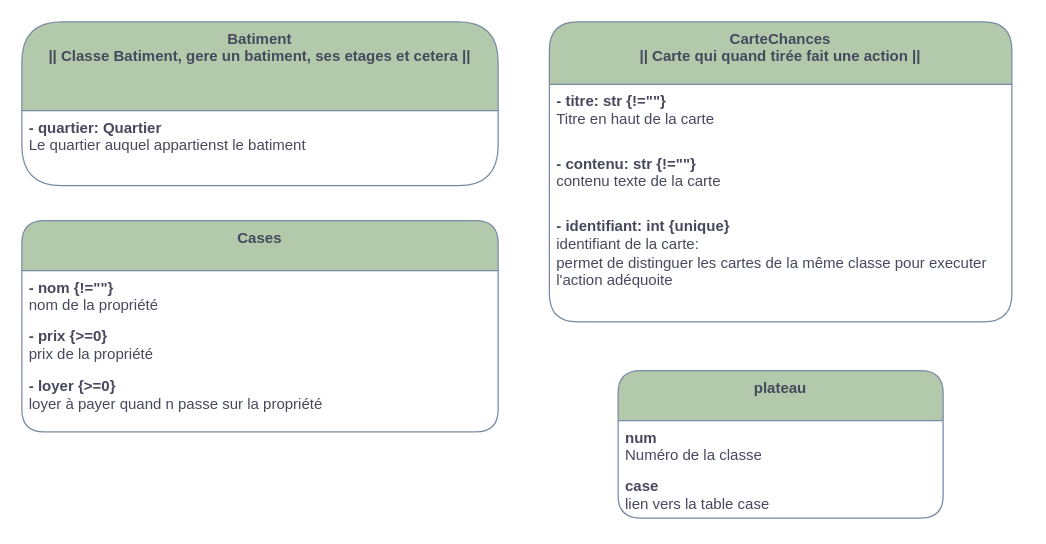
gazhonsepaskwa/builder keeps this draw.io diagram as page "Données a stocker dans la DB" (5 of 5) of B__Analyse/DiagrameDesClasses.drawio. Above is the earlier version. Source tidied: cells renumbered, new cells numbered last; positions are measured from the earlier drawing's top-left corner, leaving out a move shared by most shapes. Both pictures are drawn from the tidied source at 125%, with x=0, y=0 at pixel (21, 21).
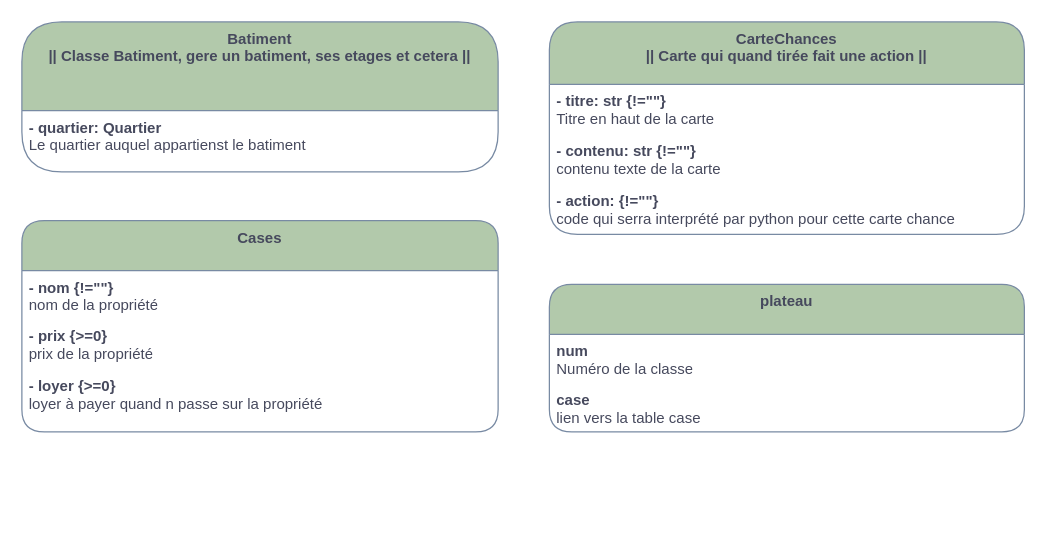
The same diagram, later.

Diff of the diagram source:
```diff
@@
 <mxGraphModel>
   <root>
     <mxCell id="0" />
     <mxCell id="1" parent="0" />
     <mxCell id="2" value="Batiment&lt;br&gt;|| Classe Batiment, gere un batiment, ses etages et cetera ||" style="swimlane;fontStyle=1;align=center;verticalAlign=top;horizontal=1;startSize=71;whiteSpace=wrap;html=1;labelBackgroundColor=none;fillColor=#B2C9AB;strokeColor=#788AA3;fontColor=#46495D;rounded=1;" parent="1" vertex="1">
-      <mxGeometry width="381" height="131" as="geometry" />
+      <mxGeometry width="381" height="120" as="geometry" />
     </mxCell>
     <mxCell id="3" value="&lt;b&gt;- quartier: Quartier&amp;nbsp;&lt;/b&gt;&lt;br&gt;Le quartier auquel appartienst le batiment&amp;nbsp;" style="text;strokeColor=none;fillColor=none;align=left;verticalAlign=top;spacingLeft=4;spacingRight=4;overflow=hidden;whiteSpace=wrap;html=1;labelBackgroundColor=none;fontColor=#46495D;rounded=1;" parent="2" vertex="1">
-      <mxGeometry y="71" width="381" height="60" as="geometry" />
+      <mxGeometry y="71" width="381" height="49" as="geometry" />
     </mxCell>
     <mxCell id="4" value="CarteChances&lt;br&gt;|| Carte qui quand tirée fait une action ||" style="swimlane;fontStyle=1;align=center;verticalAlign=top;horizontal=1;startSize=50;whiteSpace=wrap;html=1;labelBackgroundColor=none;fillColor=#B2C9AB;strokeColor=#788AA3;fontColor=#46495D;rounded=1;" parent="1" vertex="1">
-      <mxGeometry x="422" width="370" height="240" as="geometry" />
+      <mxGeometry x="422" width="380" height="170" as="geometry" />
     </mxCell>
     <mxCell id="5" value="&lt;b&gt;- titre: str {!=&quot;&quot;}&lt;/b&gt;&lt;br&gt;Titre en haut de la carte" style="text;strokeColor=none;fillColor=none;align=left;verticalAlign=top;spacingLeft=4;spacingRight=4;overflow=hidden;whiteSpace=wrap;html=1;labelBackgroundColor=none;fontColor=#46495D;rounded=1;" parent="4" vertex="1">
-      <mxGeometry y="50" width="370" height="50" as="geometry" />
+      <mxGeometry y="50" width="380" height="40" as="geometry" />
     </mxCell>
     <mxCell id="6" value="&lt;b&gt;- contenu: str {!=&quot;&quot;}&lt;/b&gt;&lt;br&gt;contenu texte de la carte" style="text;strokeColor=none;fillColor=none;align=left;verticalAlign=top;spacingLeft=4;spacingRight=4;overflow=hidden;whiteSpace=wrap;html=1;labelBackgroundColor=none;fontColor=#46495D;rounded=1;" parent="4" vertex="1">
-      <mxGeometry y="100" width="370" height="50" as="geometry" />
+      <mxGeometry y="90" width="380" height="40" as="geometry" />
     </mxCell>
-    <mxCell id="7" value="&lt;span&gt;- identifiant: int {unique}&lt;br&gt;&lt;div&gt;&lt;span style=&quot;font-weight: normal;&quot;&gt;identifiant de la carte:&amp;nbsp;&lt;/span&gt;&lt;/div&gt;&lt;div&gt;&lt;span style=&quot;font-weight: normal; background-color: initial;&quot;&gt;permet de distinguer les cartes de la même classe pour executer l'action adéquoite&lt;/span&gt;&lt;/div&gt;&lt;/span&gt;" style="text;strokeColor=none;fillColor=none;align=left;verticalAlign=top;spacingLeft=4;spacingRight=4;overflow=hidden;whiteSpace=wrap;html=1;labelBackgroundColor=none;fontColor=#46495D;rounded=1;fontStyle=1;" parent="4" vertex="1">
-      <mxGeometry y="150" width="370" height="90" as="geometry" />
+    <mxCell id="7" value="&lt;div&gt;&lt;span&gt;- action: &lt;/span&gt;&lt;b&gt;{!=&quot;&quot;}&lt;br&gt;&lt;/b&gt;&lt;/div&gt;&lt;div&gt;&lt;span style=&quot;font-weight: normal;&quot;&gt;code qui serra interprété par python pour cette carte chance&lt;/span&gt;&lt;br&gt;&lt;/div&gt;" style="text;strokeColor=none;fillColor=none;align=left;verticalAlign=top;spacingLeft=4;spacingRight=4;overflow=hidden;whiteSpace=wrap;html=1;labelBackgroundColor=none;fontColor=#46495D;rounded=1;fontStyle=1;" parent="4" vertex="1">
+      <mxGeometry y="130" width="380" height="40" as="geometry" />
     </mxCell>
     <mxCell id="8" value="Cases" style="swimlane;fontStyle=1;align=center;verticalAlign=top;horizontal=1;startSize=40;whiteSpace=wrap;html=1;labelBackgroundColor=none;fillColor=#B2C9AB;strokeColor=#788AA3;fontColor=#46495D;rounded=1;" parent="1" vertex="1">
       <mxGeometry y="159" width="381" height="169" as="geometry" />
     </mxCell>
     <mxCell id="9" value="&lt;div&gt;&lt;b&gt;- nom {!=&quot;&quot;}&lt;br&gt;&lt;/b&gt;&lt;/div&gt;&lt;div&gt;nom de la propriété&lt;br&gt;&lt;br&gt;&lt;/div&gt;" style="text;strokeColor=none;fillColor=none;align=left;verticalAlign=top;spacingLeft=4;spacingRight=4;overflow=hidden;whiteSpace=wrap;html=1;labelBackgroundColor=none;fontColor=#46495D;rounded=1;" parent="8" vertex="1">
       <mxGeometry y="40" width="381" height="39" as="geometry" />
     </mxCell>
     <mxCell id="10" value="&lt;div&gt;&lt;b&gt;- prix {&amp;gt;=0}&lt;br&gt;&lt;/b&gt;&lt;/div&gt;&lt;div&gt;prix de la propriété&lt;br&gt;&lt;br&gt;&lt;/div&gt;" style="text;strokeColor=none;fillColor=none;align=left;verticalAlign=top;spacingLeft=4;spacingRight=4;overflow=hidden;whiteSpace=wrap;html=1;labelBackgroundColor=none;fontColor=#46495D;rounded=1;" parent="8" vertex="1">
       <mxGeometry y="79" width="381" height="40" as="geometry" />
     </mxCell>
     <mxCell id="11" value="&lt;div&gt;&lt;b&gt;- loyer {&amp;gt;=0}&lt;br&gt;&lt;/b&gt;&lt;/div&gt;&lt;div&gt;loyer à payer quand n passe sur la propriété&lt;br&gt;&lt;br&gt;&lt;/div&gt;" style="text;strokeColor=none;fillColor=none;align=left;verticalAlign=top;spacingLeft=4;spacingRight=4;overflow=hidden;whiteSpace=wrap;html=1;labelBackgroundColor=none;fontColor=#46495D;rounded=1;" parent="8" vertex="1">
       <mxGeometry y="119" width="381" height="50" as="geometry" />
     </mxCell>
     <mxCell id="12" value="plateau" style="swimlane;fontStyle=1;align=center;verticalAlign=top;horizontal=1;startSize=40;whiteSpace=wrap;html=1;labelBackgroundColor=none;fillColor=#B2C9AB;strokeColor=#788AA3;fontColor=#46495D;rounded=1;" parent="1" vertex="1">
-      <mxGeometry x="477" y="279" width="260" height="118" as="geometry" />
+      <mxGeometry x="422" y="210" width="380" height="118" as="geometry" />
     </mxCell>
     <mxCell id="13" value="&lt;div&gt;&lt;b&gt;num&lt;/b&gt;&lt;/div&gt;&lt;div&gt;Numéro de la classe&lt;/div&gt;" style="text;strokeColor=none;fillColor=none;align=left;verticalAlign=top;spacingLeft=4;spacingRight=4;overflow=hidden;whiteSpace=wrap;html=1;labelBackgroundColor=none;fontColor=#46495D;rounded=1;" parent="12" vertex="1">
-      <mxGeometry y="40" width="260" height="39" as="geometry" />
+      <mxGeometry y="40" width="380" height="39" as="geometry" />
     </mxCell>
     <mxCell id="14" value="&lt;b&gt;case&lt;/b&gt;&lt;br&gt;lien vers la table case" style="text;strokeColor=none;fillColor=none;align=left;verticalAlign=top;spacingLeft=4;spacingRight=4;overflow=hidden;whiteSpace=wrap;html=1;labelBackgroundColor=none;fontColor=#46495D;rounded=1;" parent="12" vertex="1">
-      <mxGeometry y="79" width="260" height="39" as="geometry" />
+      <mxGeometry y="79" width="380" height="39" as="geometry" />
     </mxCell>
   </root>
 </mxGraphModel>
```
